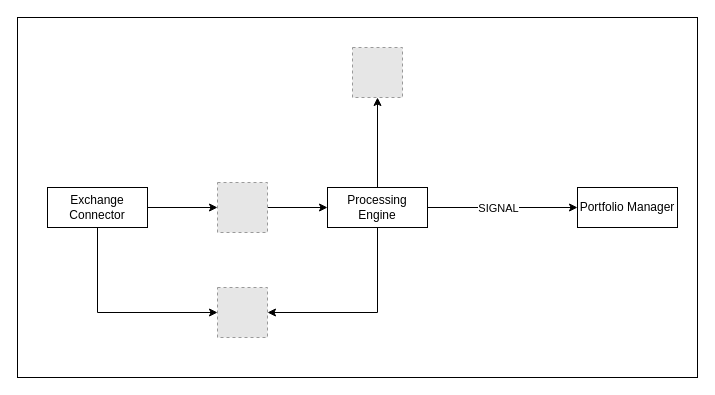
The draw.io diagram docs/Architecture.drawio in mlapid-ya/hft-simulation, before the edit. Source tidied: cells renumbered, new cells numbered last; positions are measured from the earlier drawing's top-left corner, leaving out a move shared by most shapes. Both pictures are drawn from the tidied source at 100%, with x=0, y=0 at pixel (17, 17). Pictures stored in the file or linked from it are replaced by grey dashed boxes.
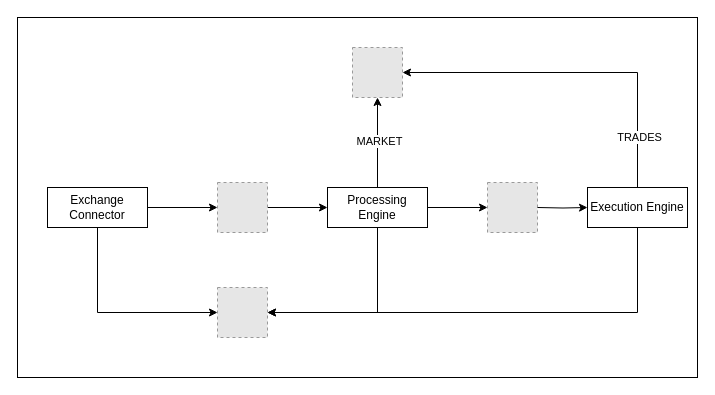
The same diagram, later.

Commit message (it also covers changes not shown here):
- Updated Architecture diagram - Refactored OrderBook - Added execution engine module

The change refers to these unchanged cells:
```xml
<mxCell id="6" style="edgeStyle=orthogonalEdgeStyle;rounded=0;jettySize=auto;html=1;exitX=0.5;exitY=0;exitDx=0;exitDy=0;entryX=0.5;entryY=1;entryDx=0;entryDy=0;flowAnimation=1;" parent="1" edge="1" source="9" target="10">
  <mxGeometry relative="1" as="geometry" />
</mxCell>
<mxCell id="9" value="Processing Engine" style="whiteSpace=wrap;html=1;align=center;" parent="1" vertex="1">
  <mxGeometry x="310" y="170" width="100" height="40" as="geometry" />
</mxCell>
<mxCell id="10" style="fillColor=#E6E6E6;strokeColor=#999999;dashed=1;verticalLabelPosition=bottom;labelBackgroundColor=default;verticalAlign=top;" parent="1" vertex="1">
  <mxGeometry x="335" y="30" width="50" height="50" as="geometry" />
</mxCell>
<mxCell id="11" style="fillColor=#E6E6E6;strokeColor=#999999;dashed=1;verticalLabelPosition=bottom;labelBackgroundColor=default;verticalAlign=top;" parent="1" vertex="1">
  <mxGeometry x="200" y="270" width="50" height="50" as="geometry" />
</mxCell>
```

Change to the diagram source:
```diff
@@
+    <mxCell id="15" style="rounded=0;whiteSpace=wrap;html=1;fillColor=none;" parent="1" vertex="1">
+      <mxGeometry width="680" height="360" as="geometry" />
+    </mxCell>
@@
-    <mxCell id="7" style="edgeStyle=orthogonalEdgeStyle;rounded=0;jettySize=auto;html=1;exitX=1;exitY=0.5;exitDx=0;exitDy=0;flowAnimation=1;" parent="1" edge="1" source="9" target="14">
-      <mxGeometry relative="1" as="geometry" />
-    </mxCell>
-    <mxCell id="8" value="SIGNAL" style="edgeLabel;html=1;align=center;verticalAlign=middle;" parent="7" vertex="1">
-      <mxGeometry x="-0.13" y="1" relative="1" as="geometry">
-        <mxPoint x="5" y="1" as="offset" />
-      </mxGeometry>
-    </mxCell>
+    <mxCell id="16" value="MARKET" style="edgeLabel;html=1;align=center;verticalAlign=middle;" parent="6" vertex="1">
+      <mxGeometry x="0.05" y="-1" relative="1" as="geometry" />
+    </mxCell>
+    <mxCell id="17" style="edgeStyle=orthogonalEdgeStyle;rounded=0;jettySize=auto;html=1;exitX=1;exitY=0.5;exitDx=0;exitDy=0;flowAnimation=1;" parent="1" edge="1" source="9" target="21">
+      <mxGeometry relative="1" as="geometry" />
+    </mxCell>
@@
+    <mxCell id="18" style="edgeStyle=orthogonalEdgeStyle;rounded=0;jettySize=auto;html=1;exitX=0.5;exitY=1;exitDx=0;exitDy=0;entryX=1;entryY=0.5;entryDx=0;entryDy=0;flowAnimation=1;" parent="1" edge="1" source="14" target="11">
+      <mxGeometry relative="1" as="geometry" />
+    </mxCell>
+    <mxCell id="19" style="edgeStyle=orthogonalEdgeStyle;rounded=0;jettySize=auto;html=1;exitX=0.5;exitY=0;exitDx=0;exitDy=0;entryX=1;entryY=0.5;entryDx=0;entryDy=0;flowAnimation=1;" parent="1" edge="1" source="14" target="10">
+      <mxGeometry relative="1" as="geometry" />
+    </mxCell>
+    <mxCell id="20" value="TRADES" style="edgeLabel;html=1;align=center;verticalAlign=middle;" parent="19" vertex="1">
+      <mxGeometry x="-0.71" y="-1" relative="1" as="geometry" />
+    </mxCell>
-    <mxCell id="14" value="Portfolio Manager" style="whiteSpace=wrap;html=1;align=center;" parent="1" vertex="1">
-      <mxGeometry x="560" y="170" width="100" height="40" as="geometry" />
+    <mxCell id="14" value="Execution Engine" style="whiteSpace=wrap;html=1;align=center;" parent="1" vertex="1">
+      <mxGeometry x="570" y="170" width="100" height="40" as="geometry" />
     </mxCell>
-    <mxCell id="15" style="rounded=0;whiteSpace=wrap;html=1;fillColor=none;" parent="1" vertex="1">
-      <mxGeometry width="680" height="360" as="geometry" />
-    </mxCell>
+    <mxCell id="21" style="fillColor=#E6E6E6;strokeColor=#999999;dashed=1;verticalLabelPosition=bottom;labelBackgroundColor=default;verticalAlign=top;" parent="1" vertex="1">
+      <mxGeometry x="470" y="165" width="50" height="50" as="geometry" />
+    </mxCell>
+    <mxCell id="22" style="edgeStyle=orthogonalEdgeStyle;rounded=0;jettySize=auto;html=1;entryX=0;entryY=0.5;entryDx=0;entryDy=0;flowAnimation=1;" parent="1" edge="1" target="14">
+      <mxGeometry relative="1" as="geometry">
+        <mxPoint x="520" y="190" as="sourcePoint" />
+      </mxGeometry>
+    </mxCell>
```
